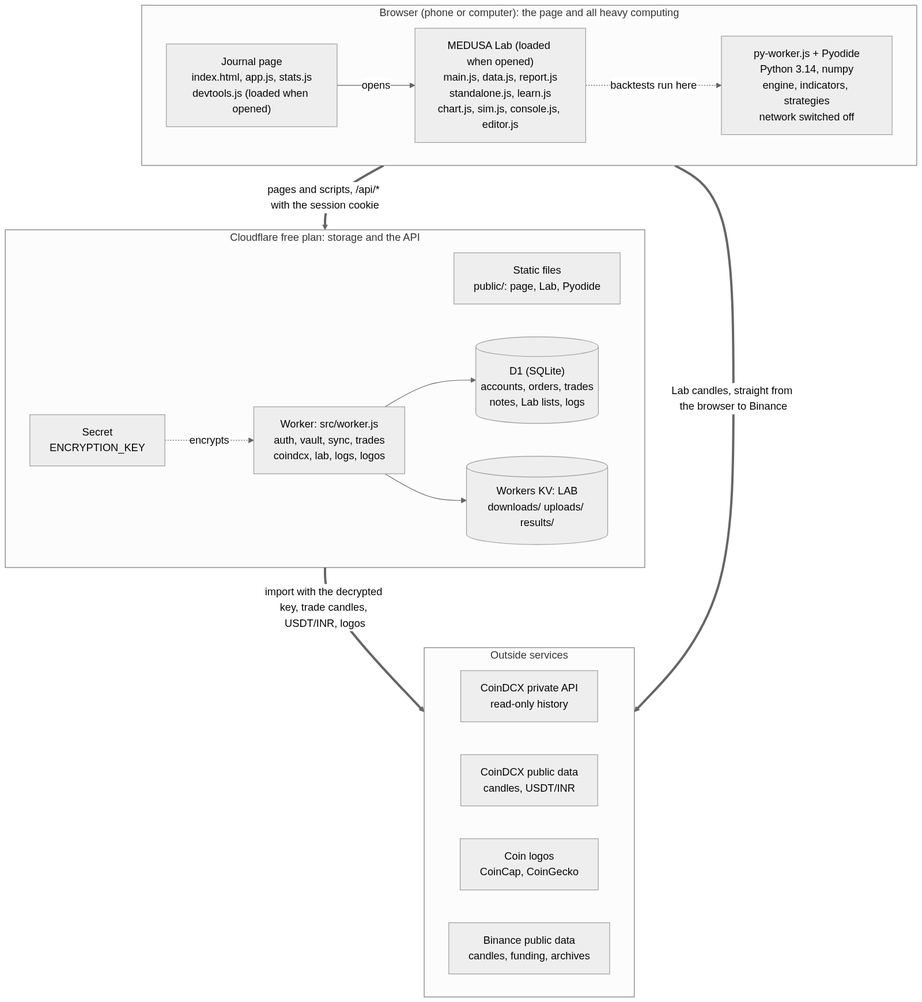
Earlier version of the Mermaid export docs/images/diagrams/app-architecture.png (shivam65-sketch/medusa). Its source is kept beside it as docs/diagrams/app-architecture.mmd.
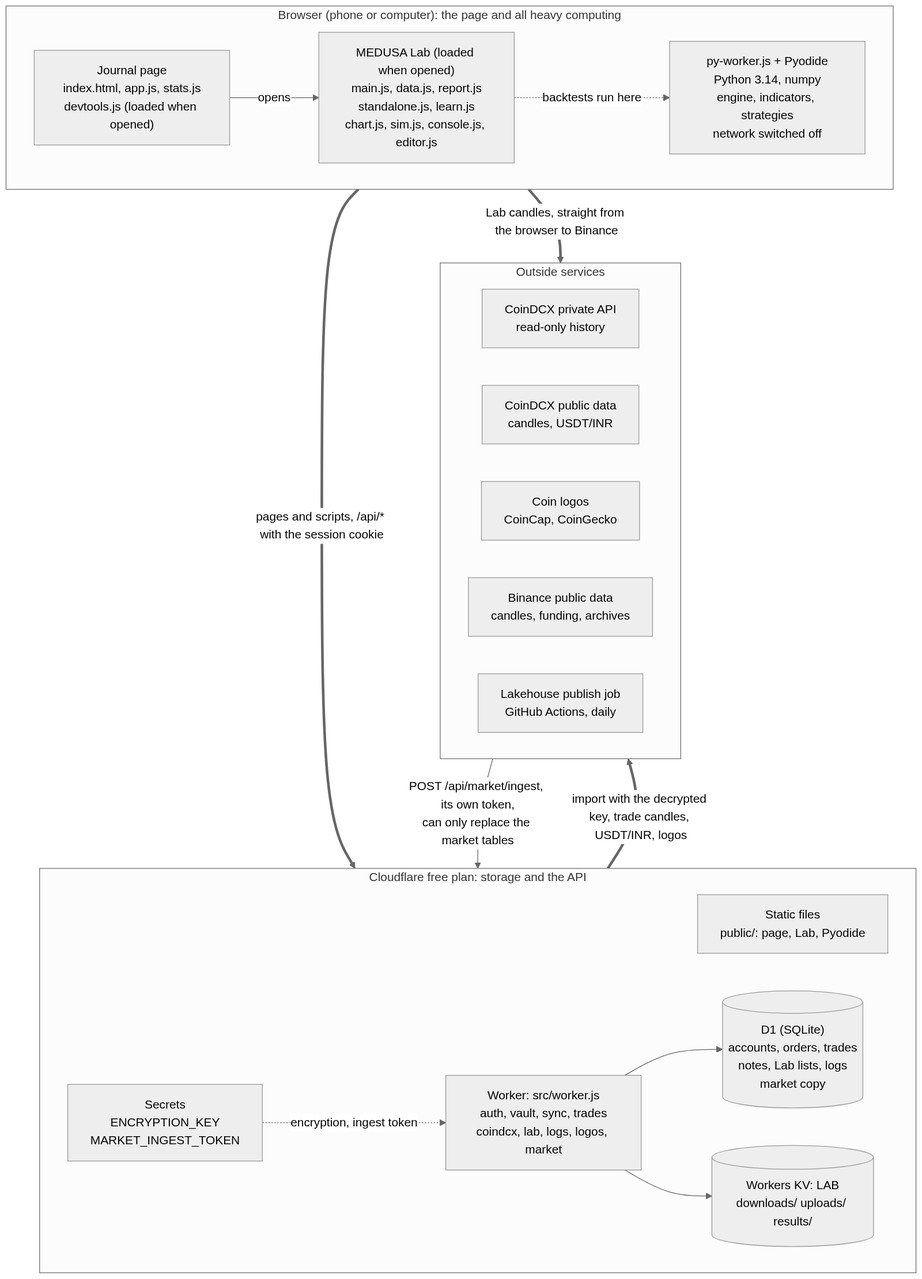
After the commit.

The edit, as a diff of the source:
```diff
@@ -11,11 +11,11 @@
   subgraph CF["Cloudflare free plan: storage and the API"]
     direction LR
     A["Static files<br>public/: page, Lab, Pyodide"]
-    S["Secret<br>ENCRYPTION_KEY"]
-    W["Worker: src/worker.js<br>auth, vault, sync, trades<br>coindcx, lab, logs, logos"]
-    D[("D1 (SQLite)<br>accounts, orders, trades<br>notes, Lab lists, logs")]
+    S["Secrets<br>ENCRYPTION_KEY<br>MARKET_INGEST_TOKEN"]
+    W["Worker: src/worker.js<br>auth, vault, sync, trades<br>coindcx, lab, logs, logos, market"]
+    D[("D1 (SQLite)<br>accounts, orders, trades<br>notes, Lab lists, logs<br>market copy")]
     K[("Workers KV: LAB<br>downloads/ uploads/ results/")]
-    S -.->|"encrypts"| W
+    S -.->|"encryption, ingest token"| W
     W --> D
     W --> K
   end
@@ -25,7 +25,9 @@
     CP["CoinDCX public data<br>candles, USDT/INR"]
     LG["Coin logos<br>CoinCap, CoinGecko"]
     BN["Binance public data<br>candles, funding, archives"]
+    PJ["Lakehouse publish job<br>GitHub Actions, daily"]
   end
+  PJ -->|"POST /api/market/ingest, its own token,<br>can only replace the market tables"| W
   B ==>|"pages and scripts, /api/* with the session cookie"| CF
   CF ==>|"import with the decrypted key, trade candles, USDT/INR, logos"| X
   B ==>|"Lab candles, straight from the browser to Binance"| X
```
